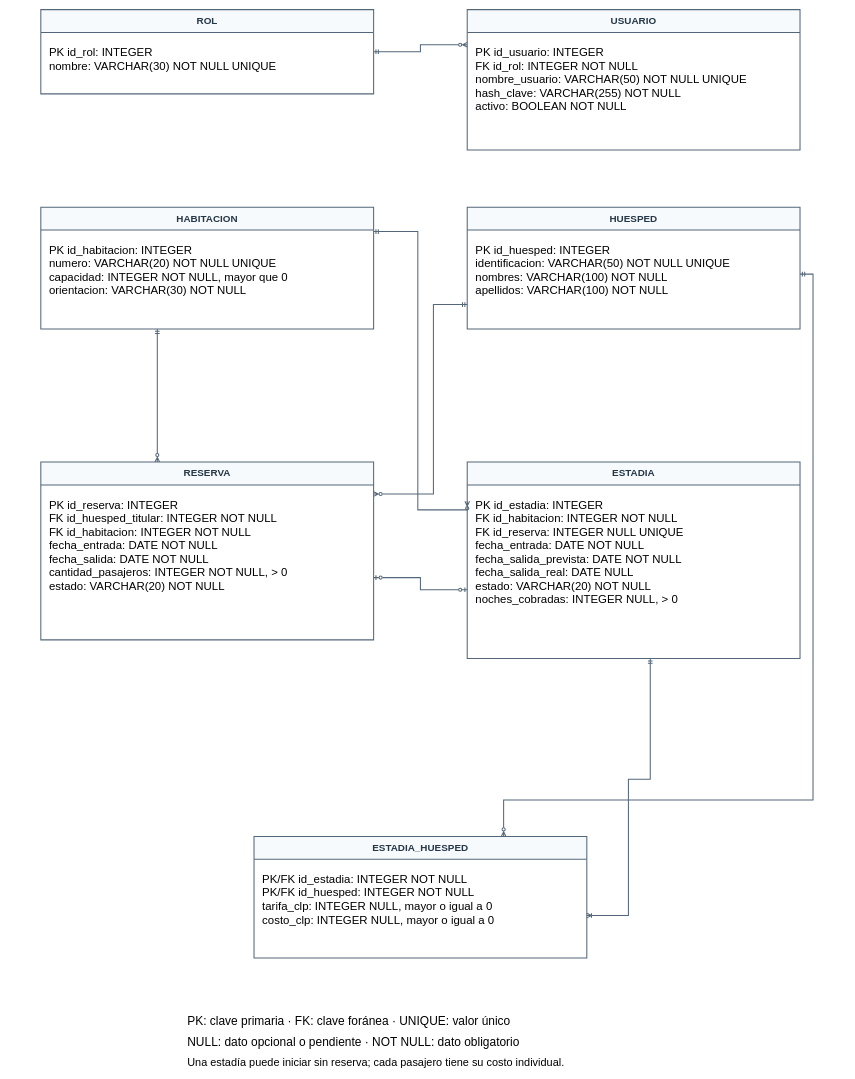
This is diagramas-editables/modelo-de-datos.drawio from Yutre3/hotel-duerme-bien, a draw.io file, before an edit. Source tidied: cells renumbered, new cells numbered last; positions are measured from the earlier drawing's top-left corner, leaving out a move shared by most shapes. Both pictures are drawn from the tidied source at 52%, with x=0, y=0 at pixel (41, 9).
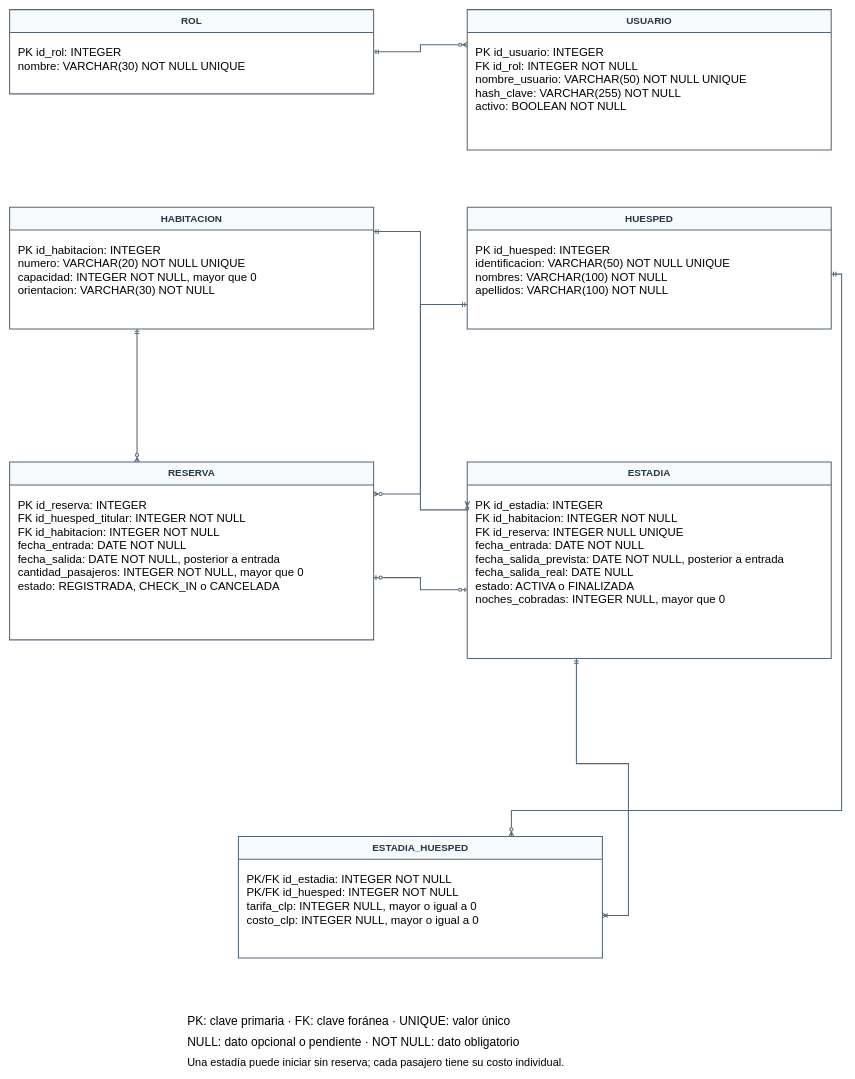
The same page after the edit.

Diff of the diagram source:
```diff
@@
     <mxCell id="2" value="ROL" style="shape=swimlane;startSize=44;horizontal=1;html=0;whiteSpace=wrap;strokeColor=#546778;strokeWidth=2;fillColor=#f7fafc;fontColor=#253747;fontSize=19;fontStyle=1;" parent="1" vertex="1">
-      <mxGeometry width="640" height="162" as="geometry" />
+      <mxGeometry x="-60" width="700" height="162" as="geometry" />
     </mxCell>
     <mxCell id="3" value="PK id_rol: INTEGER&#10;nombre: VARCHAR(30) NOT NULL UNIQUE" style="text;html=0;strokeColor=none;fillColor=none;align=left;verticalAlign=top;spacingLeft=14;fontSize=22;" parent="2" vertex="1">
-      <mxGeometry y="62" width="640" height="72" as="geometry" />
+      <mxGeometry y="62" width="700" height="72" as="geometry" />
     </mxCell>
     <mxCell id="4" value="USUARIO" style="shape=swimlane;startSize=44;horizontal=1;html=0;whiteSpace=wrap;strokeColor=#546778;strokeWidth=2;fillColor=#f7fafc;fontColor=#253747;fontSize=19;fontStyle=1;" parent="1" vertex="1">
-      <mxGeometry x="820" width="640" height="270" as="geometry" />
+      <mxGeometry x="820" width="700" height="270" as="geometry" />
     </mxCell>
     <mxCell id="5" value="PK id_usuario: INTEGER&#10;FK id_rol: INTEGER NOT NULL&#10;nombre_usuario: VARCHAR(50) NOT NULL UNIQUE&#10;hash_clave: VARCHAR(255) NOT NULL&#10;activo: BOOLEAN NOT NULL" style="text;html=0;strokeColor=none;fillColor=none;align=left;verticalAlign=top;spacingLeft=14;fontSize=22;" parent="4" vertex="1">
-      <mxGeometry y="62" width="640" height="180" as="geometry" />
+      <mxGeometry y="62" width="700" height="180" as="geometry" />
     </mxCell>
     <mxCell id="6" value="HABITACION" style="shape=swimlane;startSize=44;horizontal=1;html=0;whiteSpace=wrap;strokeColor=#546778;strokeWidth=2;fillColor=#f7fafc;fontColor=#253747;fontSize=19;fontStyle=1;" parent="1" vertex="1">
-      <mxGeometry y="380" width="640" height="234" as="geometry" />
+      <mxGeometry x="-60" y="380" width="700" height="234" as="geometry" />
     </mxCell>
     <mxCell id="7" value="PK id_habitacion: INTEGER&#10;numero: VARCHAR(20) NOT NULL UNIQUE&#10;capacidad: INTEGER NOT NULL, mayor que 0&#10;orientacion: VARCHAR(30) NOT NULL" style="text;html=0;strokeColor=none;fillColor=none;align=left;verticalAlign=top;spacingLeft=14;fontSize=22;" parent="6" vertex="1">
-      <mxGeometry y="62" width="640" height="144" as="geometry" />
+      <mxGeometry y="62" width="700" height="144" as="geometry" />
     </mxCell>
     <mxCell id="8" value="HUESPED" style="shape=swimlane;startSize=44;horizontal=1;html=0;whiteSpace=wrap;strokeColor=#546778;strokeWidth=2;fillColor=#f7fafc;fontColor=#253747;fontSize=19;fontStyle=1;" parent="1" vertex="1">
-      <mxGeometry x="820" y="380" width="640" height="234" as="geometry" />
+      <mxGeometry x="820" y="380" width="700" height="234" as="geometry" />
     </mxCell>
     <mxCell id="9" value="PK id_huesped: INTEGER&#10;identificacion: VARCHAR(50) NOT NULL UNIQUE&#10;nombres: VARCHAR(100) NOT NULL&#10;apellidos: VARCHAR(100) NOT NULL" style="text;html=0;strokeColor=none;fillColor=none;align=left;verticalAlign=top;spacingLeft=14;fontSize=22;" parent="8" vertex="1">
-      <mxGeometry y="62" width="640" height="144" as="geometry" />
+      <mxGeometry y="62" width="700" height="144" as="geometry" />
     </mxCell>
     <mxCell id="10" value="RESERVA" style="shape=swimlane;startSize=44;horizontal=1;html=0;whiteSpace=wrap;strokeColor=#546778;strokeWidth=2;fillColor=#f7fafc;fontColor=#253747;fontSize=19;fontStyle=1;" parent="1" vertex="1">
-      <mxGeometry y="870" width="640" height="342" as="geometry" />
+      <mxGeometry x="-60" y="870" width="700" height="342" as="geometry" />
     </mxCell>
-    <mxCell id="11" value="PK id_reserva: INTEGER&#10;FK id_huesped_titular: INTEGER NOT NULL&#10;FK id_habitacion: INTEGER NOT NULL&#10;fecha_entrada: DATE NOT NULL&#10;fecha_salida: DATE NOT NULL&#10;cantidad_pasajeros: INTEGER NOT NULL, &gt; 0&#10;estado: VARCHAR(20) NOT NULL" style="text;html=0;strokeColor=none;fillColor=none;align=left;verticalAlign=top;spacingLeft=14;fontSize=22;" parent="10" vertex="1">
-      <mxGeometry y="62" width="640" height="252" as="geometry" />
+    <mxCell id="11" value="PK id_reserva: INTEGER&#10;FK id_huesped_titular: INTEGER NOT NULL&#10;FK id_habitacion: INTEGER NOT NULL&#10;fecha_entrada: DATE NOT NULL&#10;fecha_salida: DATE NOT NULL, posterior a entrada&#10;cantidad_pasajeros: INTEGER NOT NULL, mayor que 0&#10;estado: REGISTRADA, CHECK_IN o CANCELADA" style="text;html=0;strokeColor=none;fillColor=none;align=left;verticalAlign=top;spacingLeft=14;fontSize=22;" parent="10" vertex="1">
+      <mxGeometry y="62" width="700" height="252" as="geometry" />
     </mxCell>
     <mxCell id="12" value="ESTADIA" style="shape=swimlane;startSize=44;horizontal=1;html=0;whiteSpace=wrap;strokeColor=#546778;strokeWidth=2;fillColor=#f7fafc;fontColor=#253747;fontSize=19;fontStyle=1;" parent="1" vertex="1">
-      <mxGeometry x="820" y="870" width="640" height="378" as="geometry" />
+      <mxGeometry x="820" y="870" width="700" height="378" as="geometry" />
     </mxCell>
-    <mxCell id="13" value="PK id_estadia: INTEGER&#10;FK id_habitacion: INTEGER NOT NULL&#10;FK id_reserva: INTEGER NULL UNIQUE&#10;fecha_entrada: DATE NOT NULL&#10;fecha_salida_prevista: DATE NOT NULL&#10;fecha_salida_real: DATE NULL&#10;estado: VARCHAR(20) NOT NULL&#10;noches_cobradas: INTEGER NULL, &gt; 0" style="text;html=0;strokeColor=none;fillColor=none;align=left;verticalAlign=top;spacingLeft=14;fontSize=22;" parent="12" vertex="1">
-      <mxGeometry y="62" width="640" height="288" as="geometry" />
+    <mxCell id="13" value="PK id_estadia: INTEGER&#10;FK id_habitacion: INTEGER NOT NULL&#10;FK id_reserva: INTEGER NULL UNIQUE&#10;fecha_entrada: DATE NOT NULL&#10;fecha_salida_prevista: DATE NOT NULL, posterior a entrada&#10;fecha_salida_real: DATE NULL&#10;estado: ACTIVA o FINALIZADA&#10;noches_cobradas: INTEGER NULL, mayor que 0" style="text;html=0;strokeColor=none;fillColor=none;align=left;verticalAlign=top;spacingLeft=14;fontSize=22;" parent="12" vertex="1">
+      <mxGeometry y="62" width="700" height="288" as="geometry" />
     </mxCell>
     <mxCell id="14" value="ESTADIA_HUESPED" style="shape=swimlane;startSize=44;horizontal=1;html=0;whiteSpace=wrap;strokeColor=#546778;strokeWidth=2;fillColor=#f7fafc;fontColor=#253747;fontSize=19;fontStyle=1;" parent="1" vertex="1">
-      <mxGeometry x="410" y="1590" width="640" height="234" as="geometry" />
+      <mxGeometry x="380" y="1590" width="700" height="234" as="geometry" />
     </mxCell>
     <mxCell id="15" value="PK/FK id_estadia: INTEGER NOT NULL&#10;PK/FK id_huesped: INTEGER NOT NULL&#10;tarifa_clp: INTEGER NULL, mayor o igual a 0&#10;costo_clp: INTEGER NULL, mayor o igual a 0" style="text;html=0;strokeColor=none;fillColor=none;align=left;verticalAlign=top;spacingLeft=14;fontSize=22;" parent="14" vertex="1">
-      <mxGeometry y="62" width="640" height="144" as="geometry" />
+      <mxGeometry y="62" width="700" height="144" as="geometry" />
     </mxCell>
@@
     <mxCell id="18" style="html=0;edgeStyle=orthogonalEdgeStyle;jettySize=24;rounded=0;strokeWidth=2;strokeColor=#546778;fontSize=16;endArrow=ERzeroToMany;endFill=0;startArrow=ERmandOne;startFill=0;exitX=1;exitY=0.2;exitPerimeter=0;entryX=0;entryY=0.2;entryPerimeter=0;" parent="1" edge="1" source="6" target="12">
       <mxGeometry relative="1" as="geometry">
         <Array as="points">
-          <mxPoint x="725" y="427" />
-          <mxPoint x="725" y="962" />
+          <mxPoint x="730" y="427" />
+          <mxPoint x="730" y="962" />
         </Array>
       </mxGeometry>
     </mxCell>
     <mxCell id="19" style="html=0;edgeStyle=orthogonalEdgeStyle;jettySize=24;rounded=0;strokeWidth=2;strokeColor=#546778;fontSize=16;endArrow=ERzeroToMany;endFill=0;startArrow=ERmandOne;startFill=0;exitX=0;exitY=0.8;exitPerimeter=0;entryX=1;entryY=0.18;entryPerimeter=0;" parent="1" edge="1" source="8" target="10">
       <mxGeometry relative="1" as="geometry">
         <Array as="points">
-          <mxPoint x="755" y="567" />
-          <mxPoint x="755" y="932" />
+          <mxPoint x="730" y="567" />
+          <mxPoint x="730" y="932" />
         </Array>
       </mxGeometry>
     </mxCell>
@@
-    <mxCell id="21" style="html=0;edgeStyle=orthogonalEdgeStyle;jettySize=24;rounded=0;strokeWidth=2;strokeColor=#546778;fontSize=16;endArrow=ERoneToMany;endFill=0;startArrow=ERmandOne;startFill=0;exitX=0.55;exitY=1;exitPerimeter=0;entryX=1;entryY=0.65;entryPerimeter=0;" parent="1" edge="1" source="12" target="14">
+    <mxCell id="21" style="html=0;edgeStyle=orthogonalEdgeStyle;jettySize=24;rounded=0;strokeWidth=2;strokeColor=#546778;fontSize=16;endArrow=ERoneToMany;endFill=0;startArrow=ERmandOne;startFill=0;exitX=0.3;exitY=1;exitPerimeter=0;entryX=1;entryY=0.65;entryPerimeter=0;" parent="1" edge="1" source="12" target="14">
       <mxGeometry relative="1" as="geometry">
         <Array as="points">
-          <mxPoint x="1172" y="1480" />
-          <mxPoint x="1130" y="1480" />
+          <mxPoint x="1030" y="1450" />
+          <mxPoint x="1130" y="1450" />
           <mxPoint x="1130" y="1742" />
         </Array>
       </mxGeometry>
     </mxCell>
     <mxCell id="22" style="html=0;edgeStyle=orthogonalEdgeStyle;jettySize=24;rounded=0;strokeWidth=2;strokeColor=#546778;fontSize=16;endArrow=ERzeroToMany;endFill=0;startArrow=ERmandOne;startFill=0;exitX=1;exitY=0.55;exitPerimeter=0;entryX=0.75;entryY=0;entryPerimeter=0;" parent="1" edge="1" source="8" target="14">
       <mxGeometry relative="1" as="geometry">
         <Array as="points">
-          <mxPoint x="1485" y="509" />
-          <mxPoint x="1485" y="1520" />
-          <mxPoint x="890" y="1520" />
+          <mxPoint x="1540" y="509" />
+          <mxPoint x="1540" y="1540" />
+          <mxPoint x="905" y="1540" />
         </Array>
       </mxGeometry>
     </mxCell>
```
